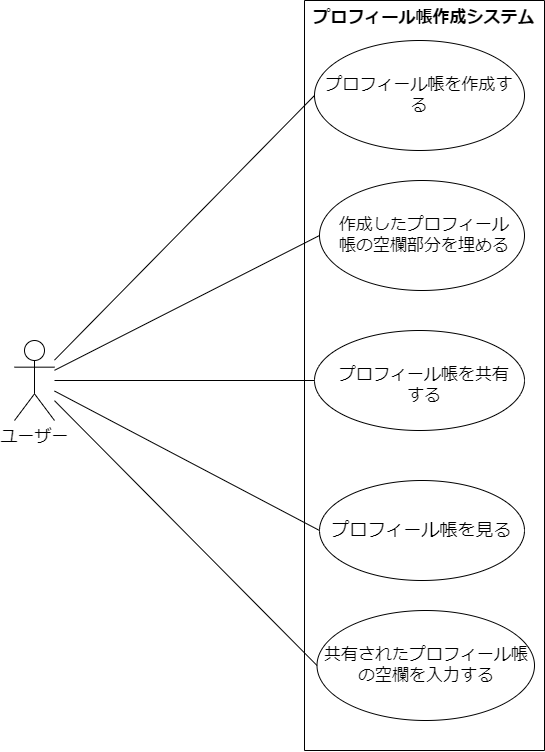
Earlier version of the draw.io export usecase.drawio.png (MoritMorit/psp-pro4). Source tidied: cells renumbered, new cells last; positions are measured from the earlier drawing's top-left corner, leaving out a move shared by most shapes.
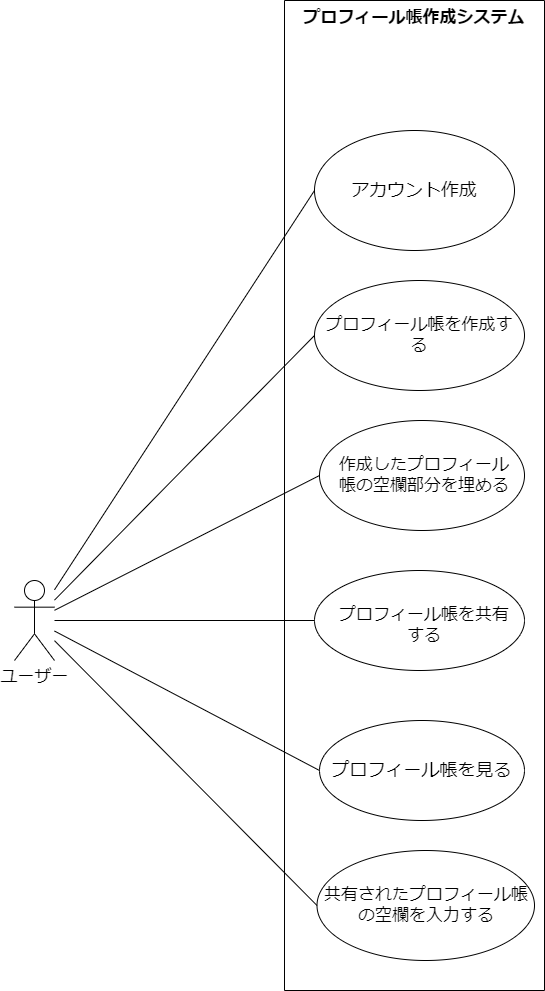
After the commit.

Commit message:
＋アカウント作成

What changed in the source:
```diff
@@ -48,7 +48,15 @@
       <mxGeometry relative="1" as="geometry" />
     </mxCell>
     <mxCell id="17" value="プロフィール帳作成システム" style="swimlane;startSize=0;fontSize=17;verticalAlign=top;" parent="1" vertex="1">
-      <mxGeometry x="290" width="240" height="750" as="geometry" />
+      <mxGeometry x="270" y="-240" width="260" height="990" as="geometry" />
     </mxCell>
+    <mxCell id="18" value="&lt;font style=&quot;font-size: 18px;&quot;&gt;アカウント作成&lt;/font&gt;" style="ellipse;whiteSpace=wrap;html=1;" parent="17" vertex="1">
+      <mxGeometry x="30" y="130" width="200" height="120" as="geometry" />
+    </mxCell>
+    <mxCell id="19" style="endArrow=none;html=1;fontSize=18;" parent="1" edge="1" source="2">
+      <mxGeometry relative="1" as="geometry">
+        <mxPoint x="300" y="-50" as="targetPoint" />
+      </mxGeometry>
+    </mxCell>
   </root>
 </mxGraphModel>
```
